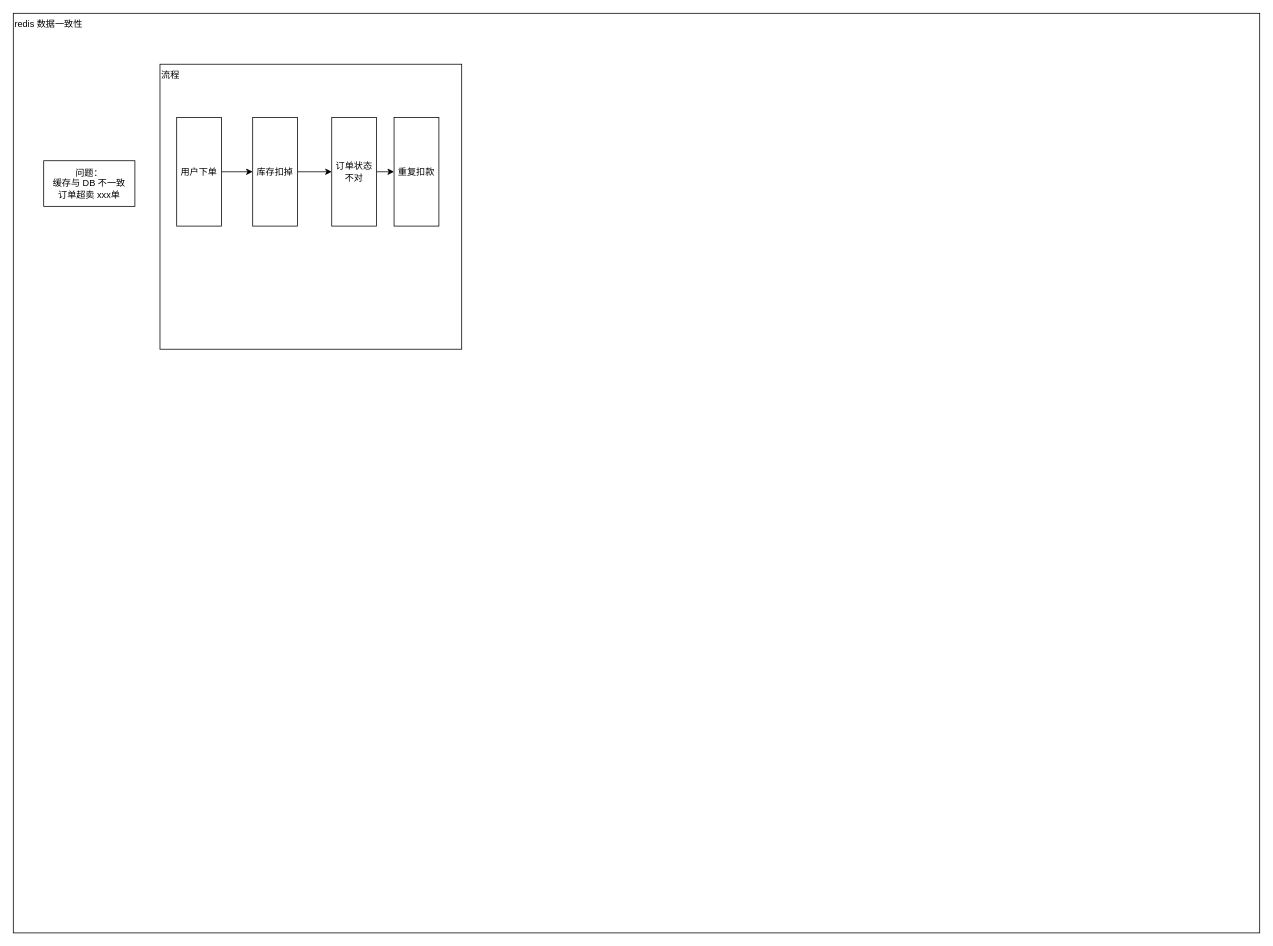
The draw.io diagram page "第 13 页" (13 of 13) of 2-redis/Redis-架构与面试.drawio in vic868/Deliberate, before the edit. Source tidied: cells renumbered, new cells numbered last; positions are measured from the earlier drawing's top-left corner, leaving out a move shared by most shapes. Both pictures are drawn from the tidied source at 76%, with x=0, y=0 at pixel (13, 13).
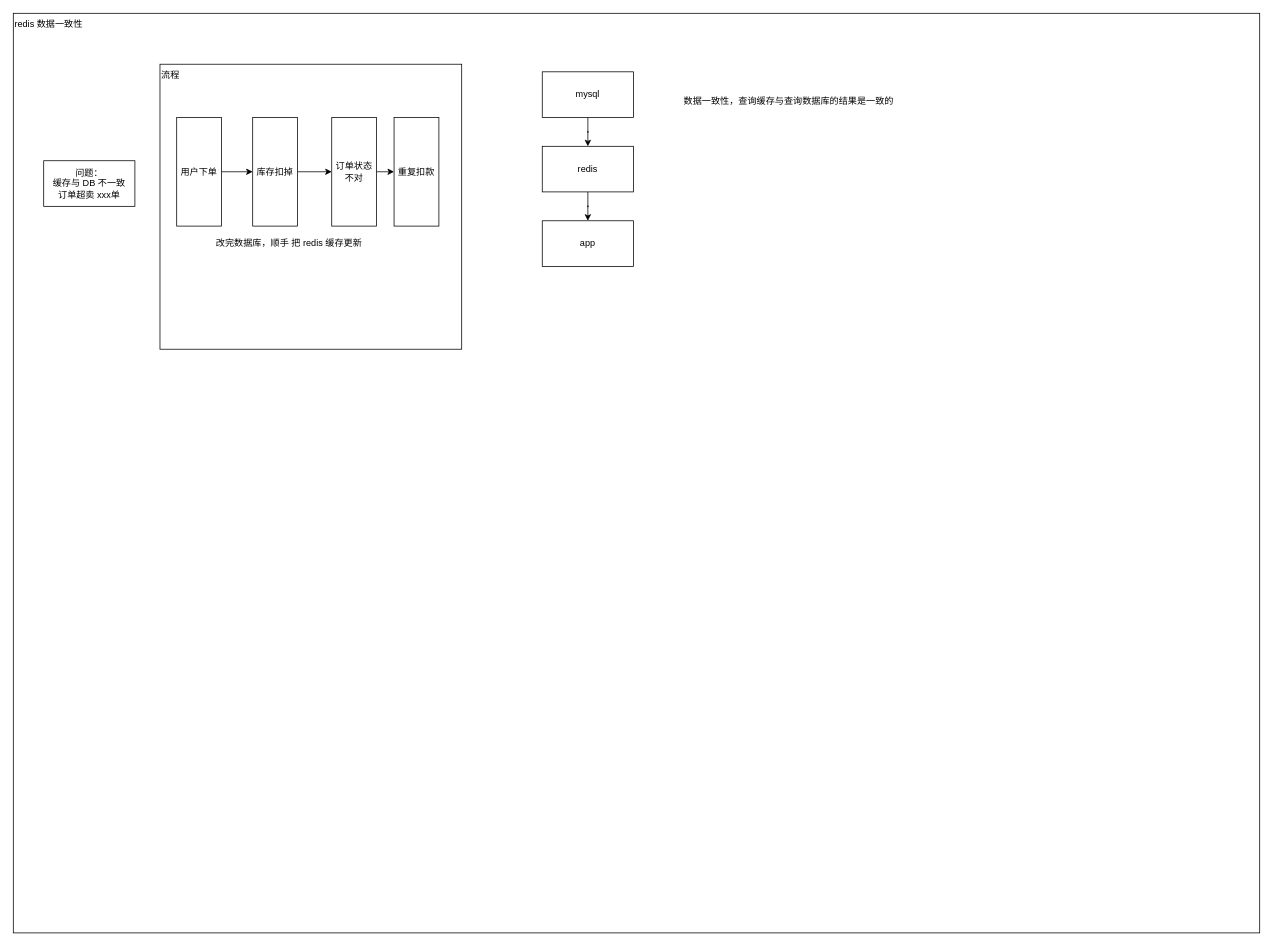
Above is the later version.

Commit message:
vault backup: 2026-10-24 13:39:22

The edit, as a diff of the source:
```diff
@@
 <mxGraphModel>
   <root>
     <mxCell id="0" />
     <mxCell id="1" parent="0" />
     <mxCell id="2" value="redis 数据一致性" style="rounded=0;whiteSpace=wrap;html=1;align=left;verticalAlign=top;" parent="1" vertex="1">
       <mxGeometry width="1640" height="1210" as="geometry" />
     </mxCell>
     <mxCell id="3" value="问题：&lt;div&gt;缓存与 DB 不一致&lt;/div&gt;&lt;div&gt;订单超卖 xxx单&lt;/div&gt;" style="rounded=0;whiteSpace=wrap;html=1;" parent="1" vertex="1">
       <mxGeometry x="40" y="194" width="120" height="60" as="geometry" />
     </mxCell>
     <mxCell id="4" value="流程" style="rounded=0;whiteSpace=wrap;html=1;align=left;verticalAlign=top;" parent="1" vertex="1">
       <mxGeometry x="193" y="67" width="397" height="375" as="geometry" />
     </mxCell>
     <mxCell id="5" style="edgeStyle=orthogonalEdgeStyle;rounded=0;jettySize=auto;html=1;exitX=1;exitY=0.5;exitDx=0;exitDy=0;entryX=0;entryY=0.5;entryDx=0;entryDy=0;defaultLabelBackgroundColor=page;" parent="1" edge="1" source="6" target="8">
       <mxGeometry relative="1" as="geometry" />
     </mxCell>
     <mxCell id="6" value="用户下单" style="rounded=0;whiteSpace=wrap;html=1;" parent="1" vertex="1">
       <mxGeometry x="215" y="137" width="59" height="143" as="geometry" />
     </mxCell>
     <mxCell id="7" style="edgeStyle=orthogonalEdgeStyle;rounded=0;jettySize=auto;html=1;exitX=1;exitY=0.5;exitDx=0;exitDy=0;entryX=0;entryY=0.5;entryDx=0;entryDy=0;defaultLabelBackgroundColor=page;" parent="1" edge="1" source="8" target="10">
       <mxGeometry relative="1" as="geometry" />
     </mxCell>
     <mxCell id="8" value="库存扣掉" style="rounded=0;whiteSpace=wrap;html=1;" parent="1" vertex="1">
       <mxGeometry x="315" y="137" width="59" height="143" as="geometry" />
     </mxCell>
     <mxCell id="9" style="edgeStyle=orthogonalEdgeStyle;rounded=0;jettySize=auto;html=1;exitX=1;exitY=0.5;exitDx=0;exitDy=0;entryX=0;entryY=0.5;entryDx=0;entryDy=0;defaultLabelBackgroundColor=page;" parent="1" edge="1" source="10" target="11">
       <mxGeometry relative="1" as="geometry" />
     </mxCell>
     <mxCell id="10" value="订单状态不对" style="rounded=0;whiteSpace=wrap;html=1;" parent="1" vertex="1">
       <mxGeometry x="419" y="137" width="59" height="143" as="geometry" />
     </mxCell>
     <mxCell id="11" value="重复扣款" style="rounded=0;whiteSpace=wrap;html=1;" parent="1" vertex="1">
       <mxGeometry x="501" y="137" width="59" height="143" as="geometry" />
     </mxCell>
+    <mxCell id="12" value="改完数据库，顺手 把 redis 缓存更新" style="text;html=1;whiteSpace=wrap;strokeColor=none;fillColor=none;align=center;verticalAlign=middle;rounded=0;" parent="1" vertex="1">
+      <mxGeometry x="221" y="291" width="284" height="24" as="geometry" />
+    </mxCell>
+    <mxCell id="13" value="mysql" style="rounded=0;whiteSpace=wrap;html=1;" parent="1" vertex="1">
+      <mxGeometry x="696" y="77" width="120" height="60" as="geometry" />
+    </mxCell>
+    <mxCell id="14" style="edgeStyle=orthogonalEdgeStyle;rounded=0;jettySize=auto;html=1;entryX=0.5;entryY=0;entryDx=0;entryDy=0;defaultLabelBackgroundColor=page;" parent="1" edge="1" source="15" target="16">
+      <mxGeometry relative="1" as="geometry" />
+    </mxCell>
+    <mxCell id="15" value="redis" style="rounded=0;whiteSpace=wrap;html=1;" parent="1" vertex="1">
+      <mxGeometry x="696" y="175" width="120" height="60" as="geometry" />
+    </mxCell>
+    <mxCell id="16" value="app" style="rounded=0;whiteSpace=wrap;html=1;" parent="1" vertex="1">
+      <mxGeometry x="696" y="273" width="120" height="60" as="geometry" />
+    </mxCell>
+    <mxCell id="17" style="edgeStyle=orthogonalEdgeStyle;rounded=0;jettySize=auto;html=1;entryX=0.5;entryY=0;entryDx=0;entryDy=0;defaultLabelBackgroundColor=page;" parent="1" edge="1" source="13" target="15">
+      <mxGeometry relative="1" as="geometry" />
+    </mxCell>
+    <mxCell id="18" value="数据一致性，查询缓存与查询数据库的结果是一致的" style="text;html=1;whiteSpace=wrap;strokeColor=none;fillColor=none;align=center;verticalAlign=middle;rounded=0;" parent="1" vertex="1">
+      <mxGeometry x="867" y="110" width="307" height="11" as="geometry" />
+    </mxCell>
   </root>
 </mxGraphModel>
```
